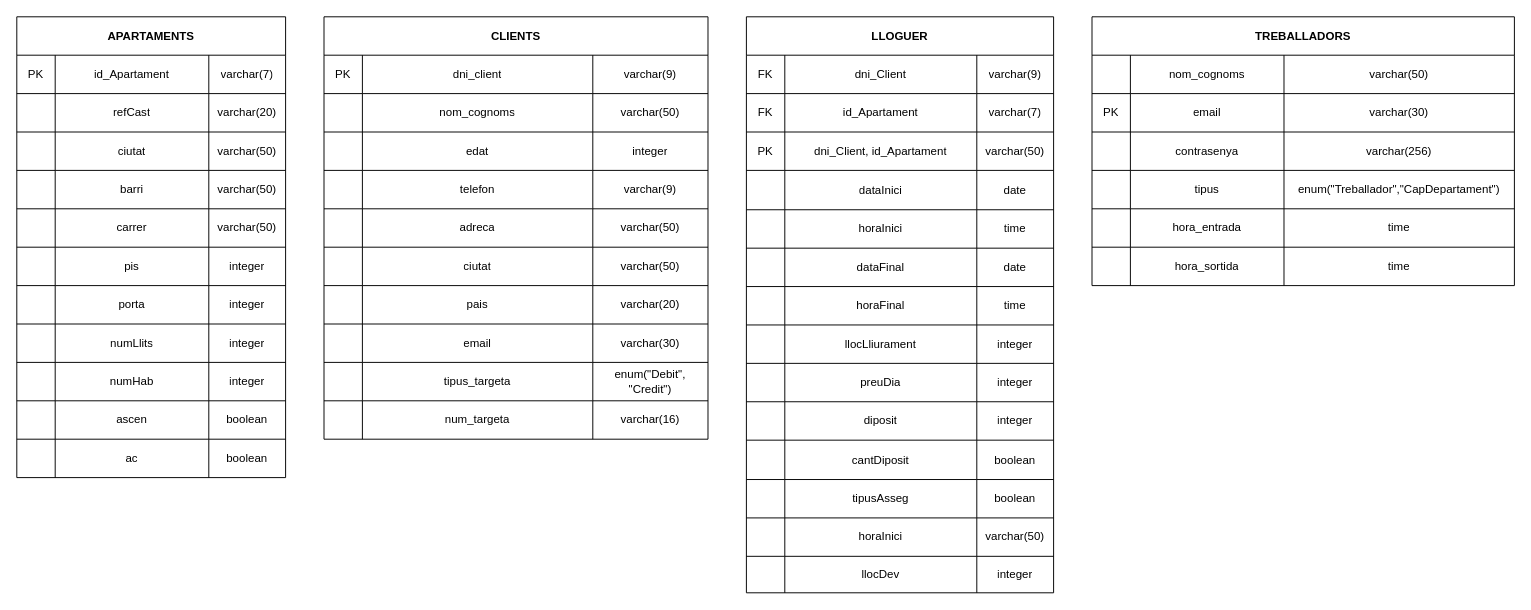
The draw.io diagram page "Tablas" (1 of 3) of modelo_er.drawio in alguga2122daw2/daw2_m07uf3_projecte_grup07, before the edit. Source tidied: cells renumbered, new cells numbered last; positions are measured from the earlier drawing's top-left corner, leaving out a move shared by most shapes. Both pictures are drawn from the tidied source at 96%, with x=0, y=0 at pixel (16, 16).
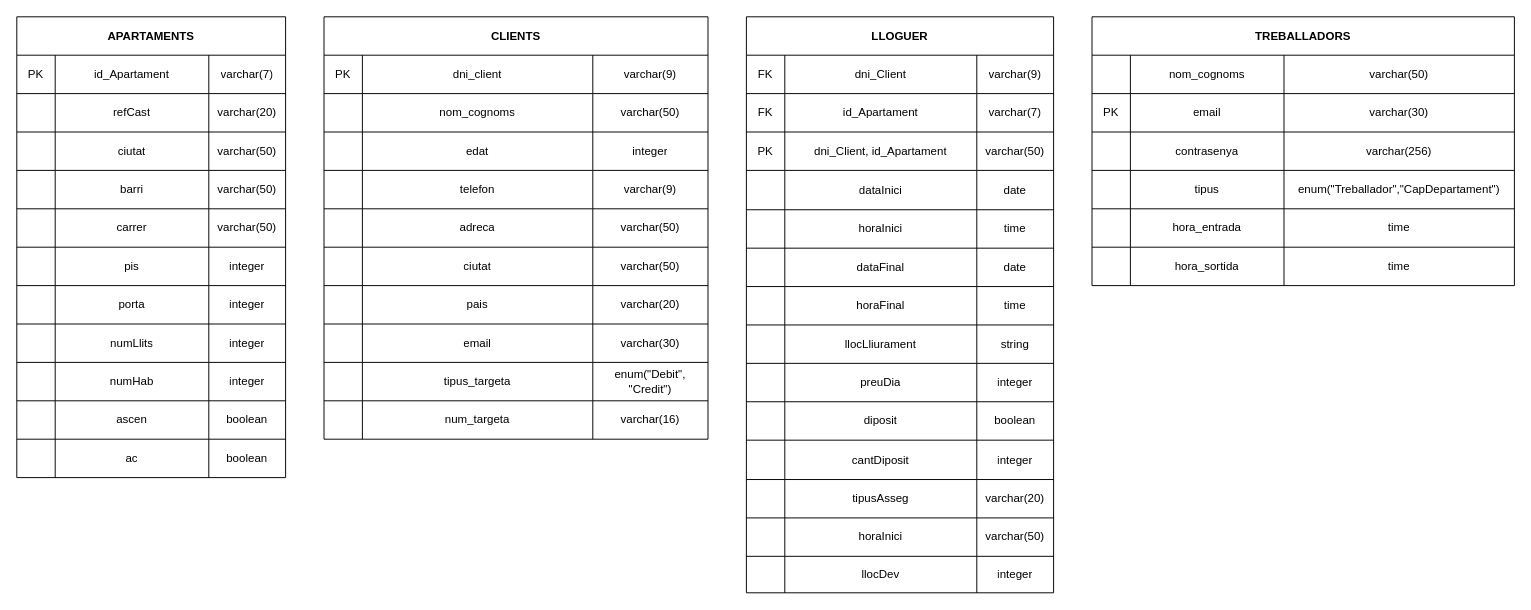
The same diagram, later.

The change refers to these unchanged cells:
```xml
<mxCell id="117" style="shape=partialRectangle;html=1;whiteSpace=wrap;fillColor=none;top=0;left=0;bottom=0;right=0;" parent="88" vertex="1">
  <mxGeometry y="321" width="320" height="40" as="geometry" />
</mxCell>
<mxCell id="125" style="shape=partialRectangle;html=1;whiteSpace=wrap;fillColor=none;top=0;left=0;bottom=0;right=0;" parent="88" vertex="1">
  <mxGeometry y="401" width="320" height="40" as="geometry" />
</mxCell>
<mxCell id="129" style="shape=partialRectangle;html=1;whiteSpace=wrap;fillColor=none;top=0;left=0;bottom=0;right=0;" parent="88" vertex="1">
  <mxGeometry y="441" width="320" height="41" as="geometry" />
</mxCell>
<mxCell id="133" style="shape=partialRectangle;html=1;whiteSpace=wrap;fillColor=none;top=0;left=0;bottom=0;right=0;" parent="88" vertex="1">
  <mxGeometry y="482" width="320" height="40" as="geometry" />
</mxCell>
```

Diff of the diagram source:
```diff
@@
-    <mxCell id="120" value="integer" style="shape=partialRectangle;html=1;whiteSpace=wrap;fillColor=none;top=0;left=0;bottom=0;right=0;overflow=hidden;" parent="117" vertex="1">
+    <mxCell id="120" value="string" style="shape=partialRectangle;html=1;whiteSpace=wrap;fillColor=none;top=0;left=0;bottom=0;right=0;overflow=hidden;" parent="117" vertex="1">
       <mxGeometry x="240" width="80" height="40" as="geometry" />
     </mxCell>
@@
-    <mxCell id="128" value="integer" style="shape=partialRectangle;html=1;whiteSpace=wrap;fillColor=none;top=0;left=0;bottom=0;right=0;overflow=hidden;" parent="125" vertex="1">
+    <mxCell id="128" value="boolean" style="shape=partialRectangle;html=1;whiteSpace=wrap;fillColor=none;top=0;left=0;bottom=0;right=0;overflow=hidden;" parent="125" vertex="1">
       <mxGeometry x="240" width="80" height="40" as="geometry" />
     </mxCell>
@@
-    <mxCell id="132" value="boolean" style="shape=partialRectangle;html=1;whiteSpace=wrap;fillColor=none;top=0;left=0;bottom=0;right=0;overflow=hidden;" parent="129" vertex="1">
+    <mxCell id="132" value="integer" style="shape=partialRectangle;html=1;whiteSpace=wrap;fillColor=none;top=0;left=0;bottom=0;right=0;overflow=hidden;" parent="129" vertex="1">
       <mxGeometry x="240" width="80" height="41" as="geometry" />
     </mxCell>
@@
-    <mxCell id="136" value="boolean" style="shape=partialRectangle;html=1;whiteSpace=wrap;fillColor=none;top=0;left=0;bottom=0;right=0;overflow=hidden;" parent="133" vertex="1">
+    <mxCell id="136" value="varchar(20)" style="shape=partialRectangle;html=1;whiteSpace=wrap;fillColor=none;top=0;left=0;bottom=0;right=0;overflow=hidden;" parent="133" vertex="1">
       <mxGeometry x="240" width="80" height="40" as="geometry" />
     </mxCell>
```
